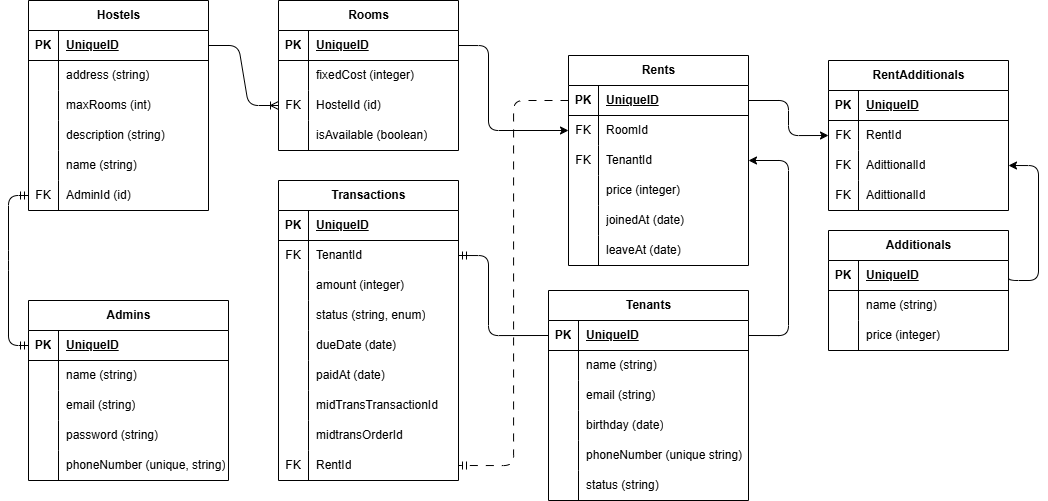
This is erd.drawio.png from Nathanaells/WangKost, a draw.io export, as it was before one commit. Source tidied: cells renumbered, new cells last; positions are measured from the earlier drawing's top-left corner, leaving out a move shared by most shapes.
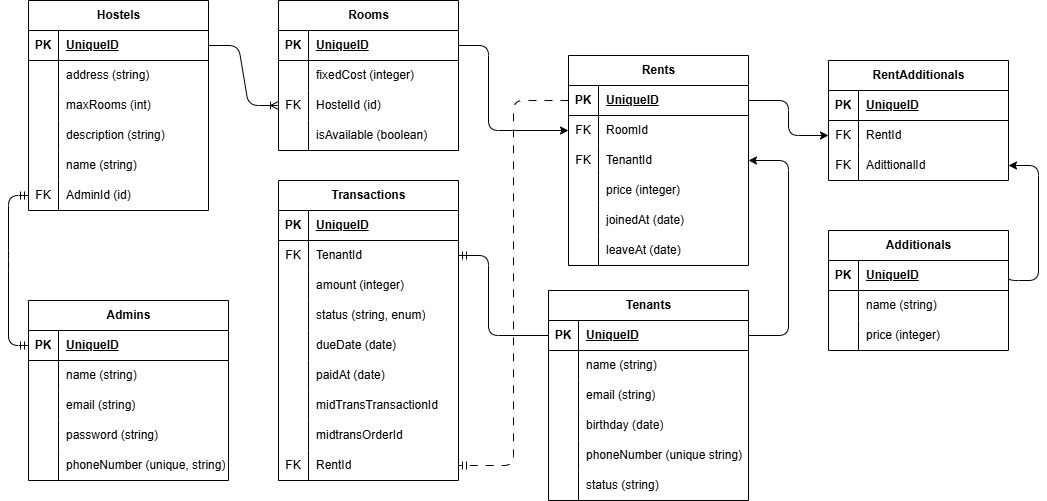
The same file after the commit.

Diff of the diagram source:
```diff
@@ -357,7 +357,7 @@
       <mxGeometry x="30" width="150" height="30" as="geometry" />
     </mxCell>
     <mxCell id="118" value="RentAdditionals" style="shape=table;startSize=30;rowLines=0;fontStyle=1;align=center;html=1;" parent="1" vertex="1">
-      <mxGeometry x="820" y="60" width="180" height="150" as="geometry" />
+      <mxGeometry x="820" y="60" width="180" height="120" as="geometry" />
     </mxCell>
     <mxCell id="119" style="shape=tableRow;horizontal=0;startSize=0;swimlaneHead=0;swimlaneBody=0;fillColor=none;top=0;left=0;right=0;bottom=1;" parent="118" vertex="1">
       <mxGeometry y="30" width="180" height="30" as="geometry" />
@@ -386,15 +386,6 @@
     <mxCell id="127" value="AdittionalId" style="shape=partialRectangle;fillColor=none;top=0;left=0;bottom=0;right=0;align=left;spacingLeft=6;overflow=hidden;whiteSpace=wrap;html=1;" parent="125" vertex="1">
       <mxGeometry x="30" width="150" height="30" as="geometry" />
     </mxCell>
-    <mxCell id="128" style="shape=tableRow;horizontal=0;startSize=0;swimlaneHead=0;swimlaneBody=0;fillColor=none;top=0;left=0;right=0;bottom=0;" parent="118" vertex="1">
-      <mxGeometry y="120" width="180" height="30" as="geometry" />
-    </mxCell>
-    <mxCell id="129" value="FK" style="shape=partialRectangle;fillColor=none;top=0;left=0;bottom=0;right=0;overflow=hidden;whiteSpace=wrap;html=1;" parent="128" vertex="1">
-      <mxGeometry width="30" height="30" as="geometry" />
-    </mxCell>
-    <mxCell id="130" value="AdittionalId" style="shape=partialRectangle;fillColor=none;top=0;left=0;bottom=0;right=0;align=left;spacingLeft=6;overflow=hidden;whiteSpace=wrap;html=1;" parent="128" vertex="1">
-      <mxGeometry x="30" width="150" height="30" as="geometry" />
-    </mxCell>
     <mxCell id="131" value="Additionals" style="shape=table;startSize=30;rowLines=0;fontStyle=1;align=center;html=1;" parent="1" vertex="1">
       <mxGeometry x="820" y="230" width="180" height="120" as="geometry" />
     </mxCell>
```
